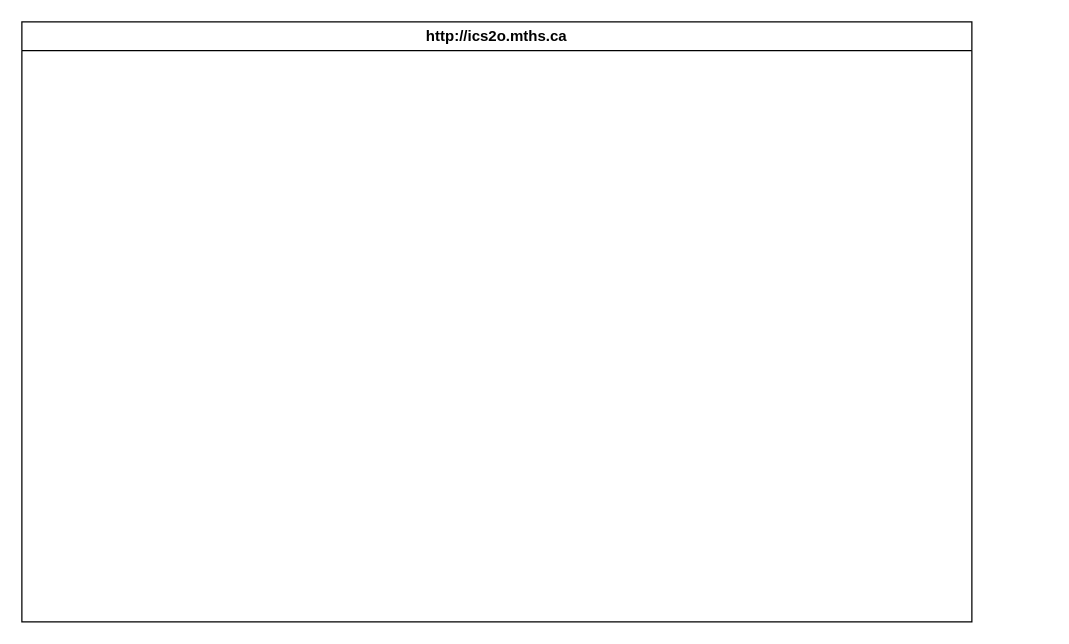
This is design/storyboard.drawio from MTHS-ICS2O-2-2022/ICS2O-Unit-5-02-Armatys22, a draw.io file, before an edit. Source tidied: cells renumbered, new cells numbered last; positions are measured from the earlier drawing's top-left corner, leaving out a move shared by most shapes. Both pictures are drawn from the tidied source at 125%, with x=0, y=0 at pixel (21, 21).
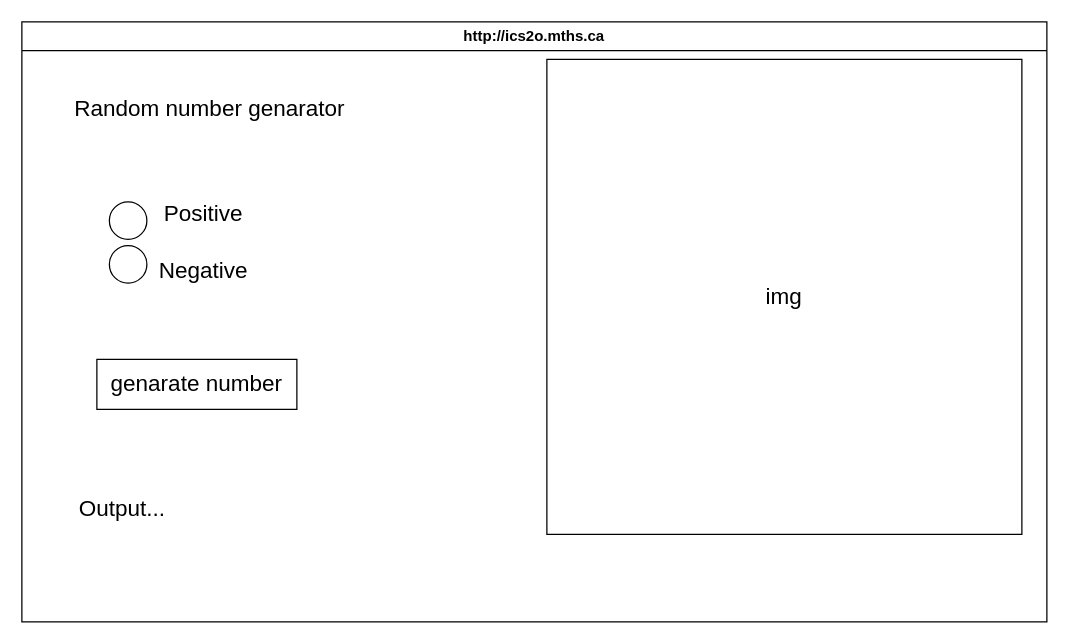
Above is the later version.

The edit, as a diff of the source:
```diff
@@
 <mxGraphModel>
   <root>
     <mxCell id="0" />
     <mxCell id="1" parent="0" />
     <mxCell id="2" value="http://ics2o.mths.ca" style="swimlane;whiteSpace=wrap;html=1;" parent="1" vertex="1">
-      <mxGeometry width="760" height="480" as="geometry" />
+      <mxGeometry width="820" height="480" as="geometry" />
     </mxCell>
+    <mxCell id="3" style="ellipse;whiteSpace=wrap;html=1;" parent="2" vertex="1">
+      <mxGeometry x="70" y="144" width="30" height="30" as="geometry" />
+    </mxCell>
+    <mxCell id="4" style="ellipse;whiteSpace=wrap;html=1;" parent="2" vertex="1">
+      <mxGeometry x="70" y="179" width="30" height="30" as="geometry" />
+    </mxCell>
+    <mxCell id="5" value="Negative" style="text;html=1;align=center;verticalAlign=middle;strokeColor=none;fillColor=none;fontSize=18;" parent="2" vertex="1">
+      <mxGeometry x="100" y="179" width="90" height="40" as="geometry" />
+    </mxCell>
+    <mxCell id="6" value="&lt;font style=&quot;font-size: 18px;&quot;&gt;Positive&lt;/font&gt;" style="text;html=1;align=center;verticalAlign=middle;strokeColor=none;fillColor=none;" parent="2" vertex="1">
+      <mxGeometry x="100" y="134" width="90" height="40" as="geometry" />
+    </mxCell>
+    <mxCell id="7" value="Random number genarator" style="text;html=1;align=center;verticalAlign=middle;strokeColor=none;fillColor=none;fontSize=18;" parent="2" vertex="1">
+      <mxGeometry x="30" y="50" width="240" height="40" as="geometry" />
+    </mxCell>
+    <mxCell id="8" value="&lt;span style=&quot;&quot;&gt;genarate number&lt;/span&gt;" style="rounded=0;whiteSpace=wrap;html=1;fontSize=18;" parent="2" vertex="1">
+      <mxGeometry x="60" y="270" width="160" height="40" as="geometry" />
+    </mxCell>
+    <mxCell id="9" value="img" style="whiteSpace=wrap;html=1;fontSize=18;" parent="2" vertex="1">
+      <mxGeometry x="420" y="30" width="380" height="380" as="geometry" />
+    </mxCell>
+    <mxCell id="10" value="Output..." style="text;html=1;align=center;verticalAlign=middle;strokeColor=none;fillColor=none;fontSize=18;" parent="1" vertex="1">
+      <mxGeometry x="35" y="370" width="90" height="40" as="geometry" />
+    </mxCell>
   </root>
 </mxGraphModel>
```
